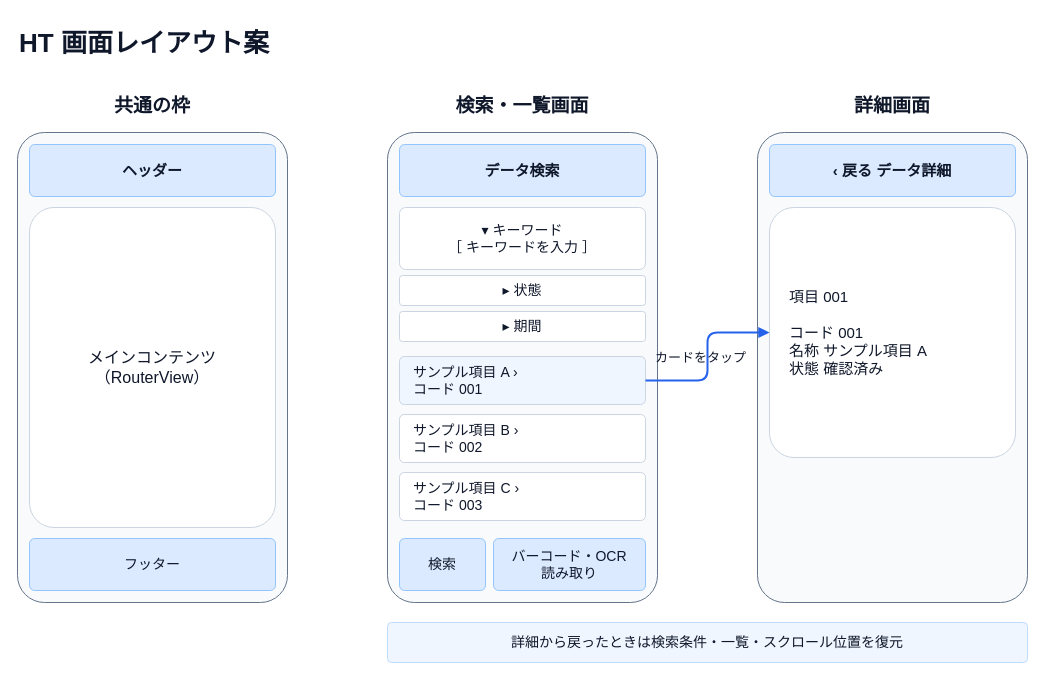
m-miyawaki-m/vue-capacitor-test keeps this draw.io diagram as page "HT 画面レイアウト案" (1 of 3) of docs/02-basic-design/ht-screen-layout.drawio. Above is the earlier version. Source tidied: cells renumbered, new cells numbered last; positions are measured from the earlier drawing's top-left corner, leaving out a move shared by most shapes. Both pictures are drawn from the tidied source at 100%, with x=0, y=0 at pixel (17, 17).
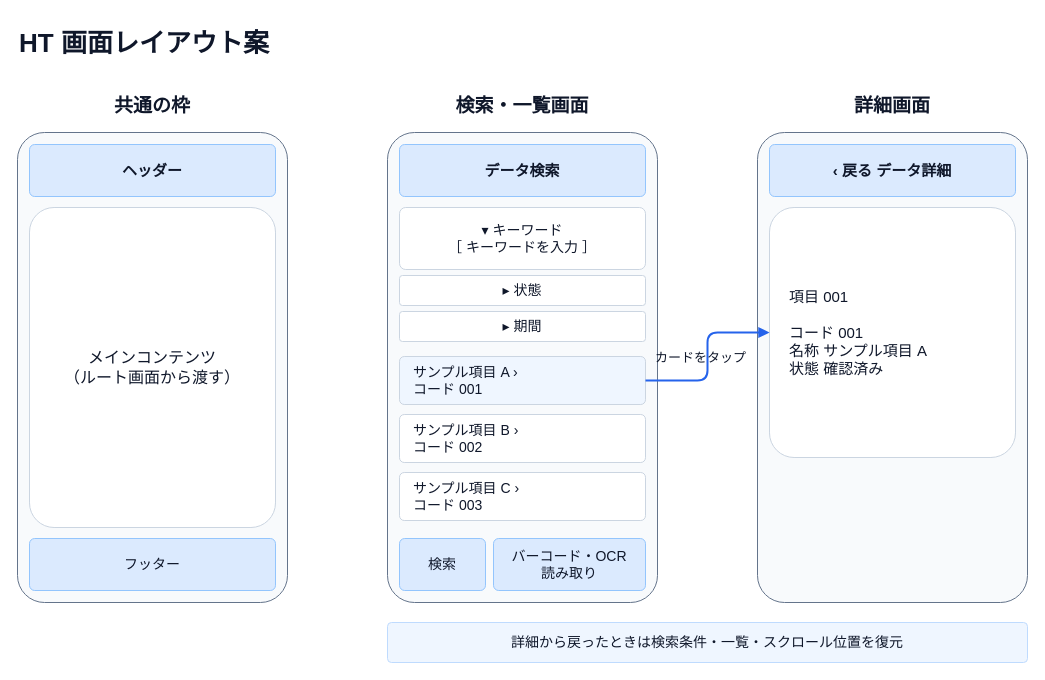
Above is the later version.

What changed in the source:
```diff
@@
-    <mxCell id="14" value="メインコンテンツ&#10;（RouterView）" style="rounded=1;whiteSpace=wrap;html=0;arcSize=10;fillColor=#ffffff;strokeColor=#cbd5e1;fontColor=#0f172a;fontSize=16;" parent="1" vertex="1">
+    <mxCell id="14" value="メインコンテンツ&#10;（ルート画面から渡す）" style="rounded=1;whiteSpace=wrap;html=0;arcSize=10;fillColor=#ffffff;strokeColor=#cbd5e1;fontColor=#0f172a;fontSize=16;" parent="1" vertex="1">
       <mxGeometry x="12" y="190" width="246" height="320" as="geometry" />
     </mxCell>
```
